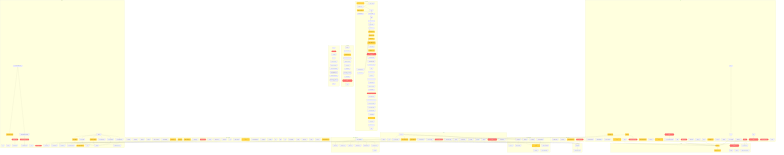
Earlier version of the Mermaid export project/flow.png (wronai/fixos). Its source is kept beside it as project/flow.mmd.
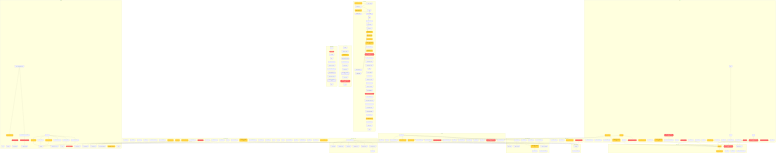
After the change.

Diff of the diagram source:
```diff
@@ -199,6 +199,15 @@
         fixos__system_checks__get_full_diagnostics["get_full_diagnostics"]
     end
     subgraph fixos_utils
+        fixos__utils__anonymizer__AnonymizationReport__add["add"]
+        fixos__summary["summary"]
+        fixos__utils__anonymizer___get_sensitive["_get_sensitive"]
+        fixos__utils__anonymizer__anonymize{{anonymize CC=15}}
+        fixos__display_anonymized_preview["display_anonymized_preview"]
+        fixos__utils__anonymizer___colorize_md_line("_colorize_md_line CC=9")
+        fixos___format_diagnostics_markdown["_format_diagnostics_markdown"]
+        fixos__utils__anonymizer___dict_to_markdown{{_dict_to_markdown CC=18}}
+        fixos__utils__anonymizer___format_key_title["_format_key_title"]
         fixos__utils__web_search___http_get["_http_get"]
         fixos__utils__web_search__search_fedora_bugzilla["search_fedora_bugzilla"]
         fixos__utils__web_search__search_ask_fedora["search_ask_fedora"]
@@ -208,15 +217,6 @@
         fixos__utils__web_search__search_ddg("search_ddg CC=8")
         fixos__utils__web_search__search_all["search_all"]
         fixos__utils__web_search__format_results_for_llm["format_results_for_llm"]
-        fixos__utils__anonymizer__AnonymizationReport__add["add"]
-        fixos__summary["summary"]
-        fixos__utils__anonymizer___get_sensitive["_get_sensitive"]
-        fixos__utils__anonymizer__anonymize{{anonymize CC=15}}
-        fixos__display_anonymized_preview["display_anonymized_preview"]
-        fixos__utils__anonymizer___colorize_md_line("_colorize_md_line CC=9")
-        fixos___format_diagnostics_markdown["_format_diagnostics_markdown"]
-        fixos__utils__anonymizer___dict_to_markdown{{_dict_to_markdown CC=18}}
-        fixos__utils__anonymizer___format_key_title["_format_key_title"]
         fixos__utils__terminal__colorize["colorize"]
         fixos__utils__terminal__render_md{{render_md CC=16}}
         fixos__utils__terminal__print_cmd_block["print_cmd_block"]
@@ -229,7 +229,6 @@
     fixos__platform_utils__elevate_cmd --> fixos__platform_utils__needs_elevation
     fixos__platform_utils__get_package_manager --> fixos__platform_utils___cmd_exists
     fixos__platform_utils__install_package_cmd --> fixos__platform_utils__get_package_manager
-    fixos__anonymizer__anonymize --> fixos__anonymizer__get_sensitive_values
     fixos__system_checks__get_fedora_specific --> fixos__system_checks__run_cmd
     fixos__system_checks__get_full_diagnostics --> fixos__system_checks__get_cpu_info
     fixos__system_checks__get_full_diagnostics --> fixos__system_checks__get_memory_info
@@ -237,6 +236,7 @@
     fixos__system_checks__get_full_diagnostics --> fixos__system_checks__get_network_info
     fixos__system_checks__get_full_diagnostics --> fixos__system_checks__get_top_processes
     fixos__system_checks__get_full_diagnostics --> fixos__system_checks__get_fedora_specific
+    fixos__anonymizer__anonymize --> fixos__anonymizer__get_sensitive_values
     fixos__llm_shell__run_llm_shell --> fixos__anonymizer__anonymize
     fixos__diagnostics__system_checks__diagnose_audio --> fixos__diagnostics__system_checks___cmd
     fixos__diagnose_thumbnails --> fixos__diagnostics__system_checks___cmd
@@ -258,6 +258,11 @@
     fixos__agent__hitl__run_hitl_session --> fixos__platform_utils__get_package_manager
     fixos__config__FixOsConfig__load --> fixos__config___load_env_files
     fixos__agent__autonomous__run_autonomous_session --> fixos__anonymizer__anonymize
+    fixos__utils__anonymizer__anonymize --> fixos__utils__anonymizer___get_sensitive
+    fixos__display_anonymized_preview --> fixos___format_diagnostics_markdown
+    fixos__display_anonymized_preview --> fixos__utils__anonymizer___colorize_md_line
+    fixos___format_diagnostics_markdown --> fixos__utils__anonymizer___dict_to_markdown
+    fixos__utils__anonymizer___dict_to_markdown --> fixos__utils__anonymizer___format_key_title
     fixos__utils__web_search__search_fedora_bugzilla --> fixos__utils__web_search___http_get
     fixos__utils__web_search__search_ask_fedora --> fixos__utils__web_search___http_get
     fixos__utils__web_search__search_arch_wiki --> fixos__utils__web_search___http_get
@@ -269,11 +274,6 @@
     fixos__utils__web_search__search_all --> fixos__utils__web_search__search_github_issues
     fixos__utils__web_search__search_all --> fixos__utils__web_search__search_serpapi
     fixos__utils__web_search__search_all --> fixos__utils__web_search__search_ddg
-    fixos__utils__anonymizer__anonymize --> fixos__utils__anonymizer___get_sensitive
-    fixos__display_anonymized_preview --> fixos___format_diagnostics_markdown
-    fixos__display_anonymized_preview --> fixos__utils__anonymizer___colorize_md_line
-    fixos___format_diagnostics_markdown --> fixos__utils__anonymizer___dict_to_markdown
-    fixos__utils__anonymizer___dict_to_markdown --> fixos__utils__anonymizer___format_key_title
     fixos__load_from_diagnostics --> fixos__anonymizer__anonymize
     fixos___evaluate_and_rediagnose --> fixos__anonymizer__anonymize
     fixos___default_confirm --> fixos__utils__terminal__print_problem_header
@@ -301,5 +301,5 @@
 
     classDef highCC fill:#ff6b6b,stroke:#c92a2a,color:#fff
     classDef medCC fill:#ffd43b,stroke:#f08c00,color:#000
-    class fixos__llm_shell__run_llm_shell,fixos___identify_cache_type,fixos__agent__hitl__run_hitl_session,fixos__config__interactive_provider_setup,fixos__providers__llm__LLMClient__chat,fixos__agent__autonomous__run_autonomous_session,fixos__utils__anonymizer__anonymize,fixos__utils__anonymizer___dict_to_markdown,fixos__utils__terminal__render_md,fixos___get_docker_details,fixos__run_sync,fixos___generate_recommendations,fixos__cli___handle_natural_command,fixos__cli___run_disk_analysis,fixos__cli__fix,fixos__cli__execute_cleanup_actions,fixos__cli__token_set,fixos__cli__cleanup_services highCC
-    class fixos__platform_utils__get_package_manager,fixos__llm_shell__execute_command,fixos__diagnostics__system_checks__diagnose_system,fixos__diagnose_resources,fixos__get_cache_dirs,fixos__get_log_dirs,fixos__get_temp_dirs,fixos__suggest_cleanup_actions,fixos___categorize_file,fixos__agent__hitl___print_cmd_result,fixos__agent__hitl___extract_fixes,fixos__config___load_env_files,fixos__config__FixOsConfig__load,fixos___sanitize_suggestion,fixos__enhance_heuristics_with_llm,fixos__utils__web_search__search_arch_wiki,fixos__utils__web_search__search_ddg,fixos__utils__anonymizer___colorize_md_line,fixos__utils__terminal__render_tree_colored,fixos__get_cleanup_plan,fixos__execute_sync,fixos__execute,fixos___recalculate_order,fixos___evaluate_and_rediagnose,fixos___default_progress,fixos__prioritize_actions,fixos__create_cleanup_plan,fixos___get_category_for_action,fixos__cli___validate_result_with_llm,fixos__cli__scan medCC
+    class fixos__llm_shell__run_llm_shell,fixos___identify_cache_type,fixos__agent__hitl__run_hitl_session,fixos__config__interactive_provider_setup,fixos__providers__llm__LLMClient__chat,fixos__agent__autonomous__run_autonomous_session,fixos__utils__anonymizer__anonymize,fixos__utils__anonymizer___dict_to_markdown,fixos___get_docker_details,fixos__utils__terminal__render_md,fixos___generate_recommendations,fixos__run_sync,fixos__cli___handle_natural_command,fixos__cli___run_disk_analysis,fixos__cli__fix,fixos__cli__execute_cleanup_actions,fixos__cli__token_set,fixos__cli__cleanup_services highCC
+    class fixos__platform_utils__get_package_manager,fixos__llm_shell__execute_command,fixos__diagnostics__system_checks__diagnose_system,fixos__diagnose_resources,fixos__get_cache_dirs,fixos__get_log_dirs,fixos__get_temp_dirs,fixos__suggest_cleanup_actions,fixos___categorize_file,fixos__agent__hitl___print_cmd_result,fixos__agent__hitl___extract_fixes,fixos__config___load_env_files,fixos__config__FixOsConfig__load,fixos___sanitize_suggestion,fixos__enhance_heuristics_with_llm,fixos__utils__anonymizer___colorize_md_line,fixos__utils__web_search__search_arch_wiki,fixos__utils__web_search__search_ddg,fixos__get_cleanup_plan,fixos__utils__terminal__render_tree_colored,fixos__execute_sync,fixos__execute,fixos__prioritize_actions,fixos__create_cleanup_plan,fixos___get_category_for_action,fixos___recalculate_order,fixos___evaluate_and_rediagnose,fixos___default_progress,fixos__cli___validate_result_with_llm,fixos__cli__scan medCC
```
